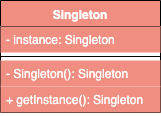
The draw.io diagram docs/drawio/Singleton.png in CodePoem/VDesignPatterns, before a commit. Source tidied: cells renumbered, new cells last; positions are measured from the earlier drawing's top-left corner, leaving out a move shared by most shapes.
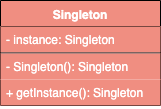
The same diagram one commit later.

Change to the diagram source:
```diff
@@ -2,20 +2,20 @@
   <root>
     <mxCell id="0" />
     <mxCell id="1" parent="0" />
-    <mxCell id="2" value="Singleton" style="swimlane;fontStyle=1;align=center;verticalAlign=top;horizontal=1;startSize=26;strokeColor=#000000;fillColor=#F08E81;fontColor=#FFFFFF;" parent="1" vertex="1">
-      <mxGeometry width="160" height="112" as="geometry" />
+    <mxCell id="2" value="Singleton" style="swimlane;fontStyle=1;align=center;verticalAlign=top;horizontal=1;startSize=26;strokeColor=#000000;fillColor=#F08E81;fontColor=#FFFFFF;labelBackgroundColor=none;" parent="1" vertex="1">
+      <mxGeometry width="160" height="105" as="geometry" />
     </mxCell>
-    <mxCell id="3" value="- instance: Singleton" style="text;strokeColor=none;fillColor=#F08E81;align=left;verticalAlign=top;spacingLeft=4;spacingRight=4;overflow=hidden;fontColor=#FFFFFF;" parent="2" vertex="1">
+    <mxCell id="3" value="- instance: Singleton" style="text;strokeColor=none;fillColor=#F08E81;align=left;verticalAlign=top;spacingLeft=4;spacingRight=4;overflow=hidden;fontColor=#FFFFFF;labelBackgroundColor=none;" parent="2" vertex="1">
       <mxGeometry y="26" width="160" height="26" as="geometry" />
     </mxCell>
-    <mxCell id="4" style="line;strokeWidth=1;fillColor=#F08E81;align=left;verticalAlign=middle;spacingTop=-1;spacingLeft=3;spacingRight=3;labelPosition=right;fontColor=#FFFFFF;" parent="2" vertex="1">
-      <mxGeometry y="52" width="160" height="8" as="geometry" />
-    </mxCell>
+    <mxCell id="7" style="line;strokeWidth=1;fillColor=none;align=left;verticalAlign=middle;spacingTop=-1;spacingLeft=3;spacingRight=3;labelPosition=right;shadow=0;labelBackgroundColor=none;fontColor=#F08E81;" parent="2" vertex="1">
+      <mxGeometry y="52" width="160" height="1" as="geometry" />
+    </mxCell>
-    <mxCell id="5" value="- Singleton(): Singleton" style="text;strokeColor=none;fillColor=#F08E81;align=left;verticalAlign=top;spacingLeft=4;spacingRight=4;overflow=hidden;fontColor=#FFFFFF;" parent="2" vertex="1">
-      <mxGeometry y="60" width="160" height="26" as="geometry" />
+    <mxCell id="5" value="- Singleton(): Singleton" style="text;strokeColor=none;fillColor=#F08E81;align=left;verticalAlign=top;spacingLeft=4;spacingRight=4;overflow=hidden;fontColor=#FFFFFF;labelBackgroundColor=none;" parent="2" vertex="1">
+      <mxGeometry y="53" width="160" height="26" as="geometry" />
     </mxCell>
-    <mxCell id="6" value="+ getInstance(): Singleton" style="text;strokeColor=none;fillColor=#F08E81;align=left;verticalAlign=top;spacingLeft=4;spacingRight=4;overflow=hidden;fontColor=#FFFFFF;" parent="2" vertex="1">
-      <mxGeometry y="86" width="160" height="26" as="geometry" />
+    <mxCell id="6" value="+ getInstance(): Singleton" style="text;strokeColor=none;fillColor=#F08E81;align=left;verticalAlign=top;spacingLeft=4;spacingRight=4;overflow=hidden;fontColor=#FFFFFF;labelBackgroundColor=none;" parent="2" vertex="1">
+      <mxGeometry y="79" width="160" height="26" as="geometry" />
     </mxCell>
   </root>
 </mxGraphModel>
```
